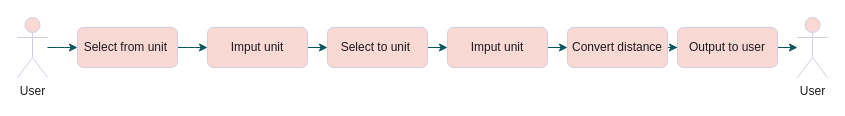
Earlier version of the draw.io diagram ConsoleAppProject/App01/Wiki/D.drawio (22135474/CO453-21S2). Source tidied: cells renumbered, new cells numbered last; positions are measured from the earlier drawing's top-left corner, leaving out a move shared by most shapes. Both pictures are drawn from the tidied source at 100%, with x=0, y=0 at pixel (17, 17).
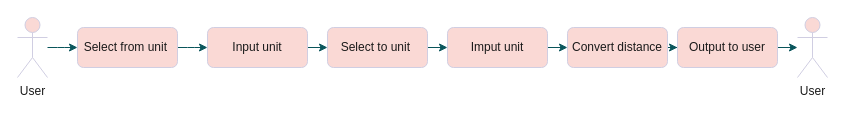
The same diagram, later.

Diff of the diagram source:
```diff
@@
 <mxGraphModel>
   <root>
     <mxCell id="0" />
     <mxCell id="1" parent="0" />
     <mxCell id="2" style="edgeStyle=orthogonalEdgeStyle;curved=0;rounded=1;sketch=0;jettySize=auto;html=1;strokeColor=#09555B;fontColor=#1A1A1A;" parent="1" edge="1" source="3" target="5">
       <mxGeometry relative="1" as="geometry" />
     </mxCell>
     <mxCell id="3" value="User" style="shape=umlActor;verticalLabelPosition=bottom;verticalAlign=top;html=1;outlineConnect=0;rounded=0;sketch=0;fillColor=#FAD9D5;strokeColor=#D0CEE2;fontColor=#1A1A1A;" parent="1" vertex="1">
       <mxGeometry width="30" height="60" as="geometry" />
     </mxCell>
     <mxCell id="4" style="edgeStyle=orthogonalEdgeStyle;curved=0;rounded=1;sketch=0;jettySize=auto;html=1;strokeColor=#09555B;fontColor=#1A1A1A;" parent="1" edge="1" source="5" target="7">
       <mxGeometry relative="1" as="geometry" />
     </mxCell>
     <mxCell id="5" value="Select from unit&amp;nbsp;" style="rounded=1;whiteSpace=wrap;html=1;sketch=0;fillColor=#FAD9D5;strokeColor=#D0CEE2;fontColor=#1A1A1A;" parent="1" vertex="1">
       <mxGeometry x="60" y="10" width="100" height="40" as="geometry" />
     </mxCell>
     <mxCell id="6" style="edgeStyle=orthogonalEdgeStyle;curved=0;rounded=1;sketch=0;jettySize=auto;html=1;strokeColor=#09555B;fontColor=#1A1A1A;" parent="1" edge="1" source="7" target="9">
       <mxGeometry relative="1" as="geometry" />
     </mxCell>
-    <mxCell id="7" value="Imput unit" style="rounded=1;whiteSpace=wrap;html=1;sketch=0;fillColor=#FAD9D5;strokeColor=#D0CEE2;fontColor=#1A1A1A;" parent="1" vertex="1">
+    <mxCell id="7" value="Input unit" style="rounded=1;whiteSpace=wrap;html=1;sketch=0;fillColor=#FAD9D5;strokeColor=#D0CEE2;fontColor=#1A1A1A;" parent="1" vertex="1">
       <mxGeometry x="190" y="10" width="100" height="40" as="geometry" />
     </mxCell>
     <mxCell id="8" style="edgeStyle=orthogonalEdgeStyle;curved=0;rounded=1;sketch=0;jettySize=auto;html=1;strokeColor=#09555B;fontColor=#1A1A1A;" parent="1" edge="1" source="9" target="11">
       <mxGeometry relative="1" as="geometry" />
     </mxCell>
     <mxCell id="9" value="Select to unit&amp;nbsp;" style="rounded=1;whiteSpace=wrap;html=1;sketch=0;fillColor=#FAD9D5;strokeColor=#D0CEE2;fontColor=#1A1A1A;" parent="1" vertex="1">
       <mxGeometry x="310" y="10" width="100" height="40" as="geometry" />
     </mxCell>
     <mxCell id="10" style="edgeStyle=orthogonalEdgeStyle;curved=0;rounded=1;sketch=0;jettySize=auto;html=1;strokeColor=#09555B;fontColor=#1A1A1A;" parent="1" edge="1" source="11" target="13">
       <mxGeometry relative="1" as="geometry" />
     </mxCell>
     <mxCell id="11" value="Imput unit" style="rounded=1;whiteSpace=wrap;html=1;sketch=0;fillColor=#FAD9D5;strokeColor=#D0CEE2;fontColor=#1A1A1A;" parent="1" vertex="1">
       <mxGeometry x="430" y="10" width="100" height="40" as="geometry" />
     </mxCell>
     <mxCell id="12" style="edgeStyle=orthogonalEdgeStyle;curved=0;rounded=1;sketch=0;jettySize=auto;html=1;strokeColor=#09555B;fontColor=#1A1A1A;" parent="1" edge="1" source="13" target="15">
       <mxGeometry relative="1" as="geometry" />
     </mxCell>
     <mxCell id="13" value="Convert distance" style="rounded=1;whiteSpace=wrap;html=1;sketch=0;fillColor=#FAD9D5;strokeColor=#D0CEE2;fontColor=#1A1A1A;" parent="1" vertex="1">
       <mxGeometry x="550" y="10" width="100" height="40" as="geometry" />
     </mxCell>
     <mxCell id="14" style="edgeStyle=orthogonalEdgeStyle;curved=0;rounded=1;sketch=0;jettySize=auto;html=1;strokeColor=#09555B;fontColor=#1A1A1A;" parent="1" edge="1" source="15" target="16">
       <mxGeometry relative="1" as="geometry" />
     </mxCell>
     <mxCell id="15" value="Output to user" style="rounded=1;whiteSpace=wrap;html=1;sketch=0;fillColor=#FAD9D5;strokeColor=#D0CEE2;fontColor=#1A1A1A;" parent="1" vertex="1">
       <mxGeometry x="660" y="10" width="100" height="40" as="geometry" />
     </mxCell>
     <mxCell id="16" value="User" style="shape=umlActor;verticalLabelPosition=bottom;verticalAlign=top;html=1;outlineConnect=0;rounded=0;sketch=0;fillColor=#FAD9D5;strokeColor=#D0CEE2;fontColor=#1A1A1A;" parent="1" vertex="1">
       <mxGeometry x="780" width="30" height="60" as="geometry" />
     </mxCell>
   </root>
 </mxGraphModel>
```
